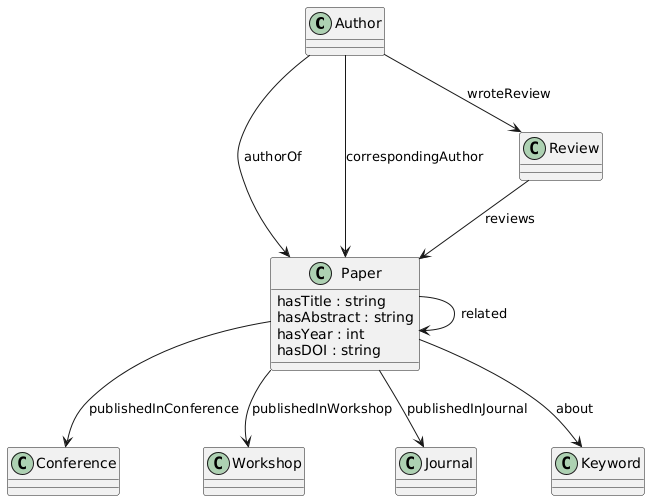
Before: figures/TBOX.png, a diagram exported from PlantUML (saracherif123/Research-Publications-Knowledge-Graph). Its diagram source:
```plantuml
@startuml
skinparam classAttributeIconSize 0

class Author
class Paper
class Conference
class Workshop
class Journal
class Keyword
class Review

Paper : hasTitle : string
Paper : hasAbstract : string
Paper : hasYear : int
Paper : hasDOI : string

Author --> Paper : authorOf
Author --> Paper : correspondingAuthor
Author --> Review : wroteReview
Paper --> Keyword : about
Paper --> Paper : related
Paper --> Conference : publishedInConference
Paper --> Workshop : publishedInWorkshop
Paper --> Journal : publishedInJournal
Review --> Paper : reviews
@enduml
```
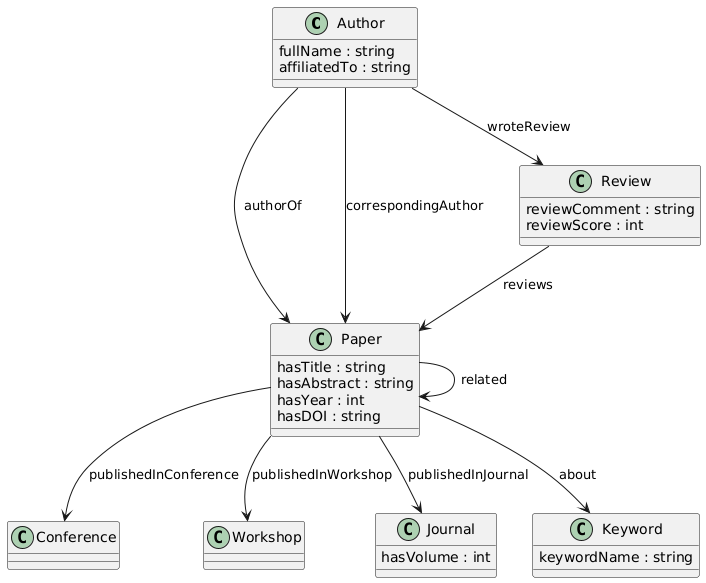
Later version of the same file.

Commit message:
Added final ABOX, TBOX generators

Diff of the diagram source:
```diff
@@ -9,10 +9,21 @@
 class Keyword
 class Review
 
+
+Author : fullName : string
+Author : affiliatedTo : string
+
 Paper : hasTitle : string
 Paper : hasAbstract : string
 Paper : hasYear : int
 Paper : hasDOI : string
+
+Keyword : keywordName : string
+
+Journal : hasVolume : int
+
+Review : reviewComment : string
+Review : reviewScore : int
 
 Author --> Paper : authorOf
 Author --> Paper : correspondingAuthor
```
